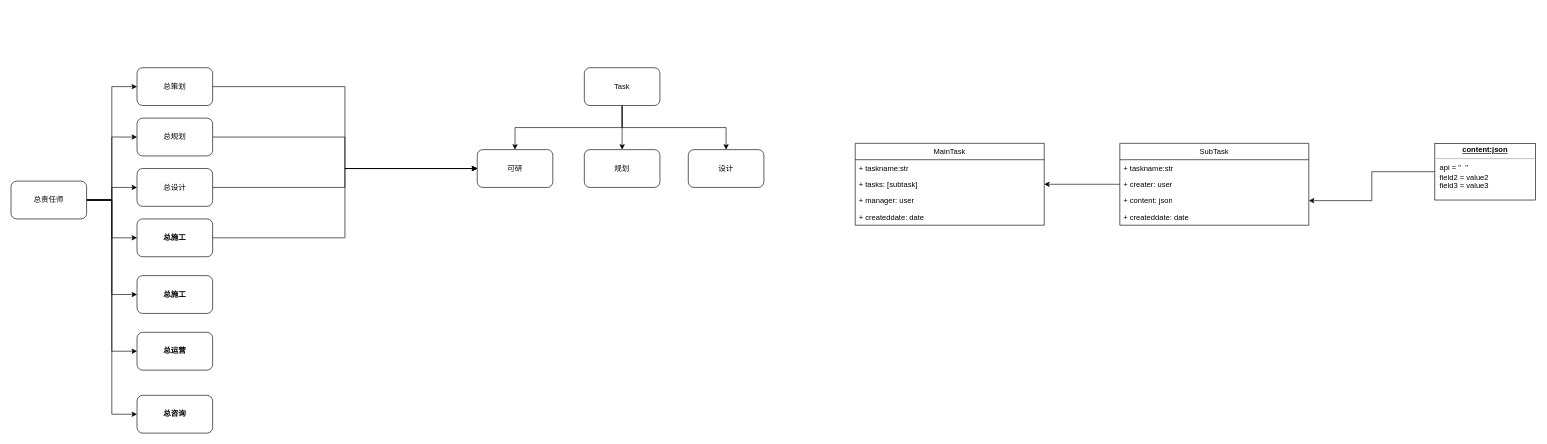
The draw.io diagram 总师系统_UserRelationShape.drawio in gaochaowyq/MinderGraph, before the edit. Source tidied: cells renumbered, new cells numbered last; positions are measured from the earlier drawing's top-left corner, leaving out a move shared by most shapes. Both pictures are drawn from the tidied source at 63%, with x=0, y=0 at pixel (11, 67).
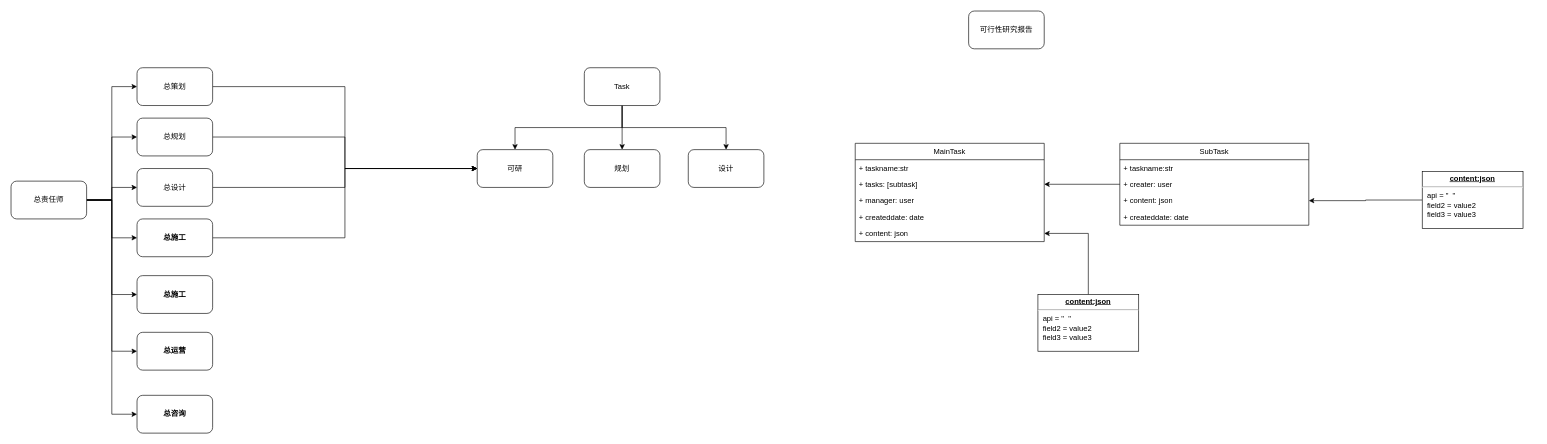
The same page after the edit.

What changed in the source:
```diff
@@
     <mxCell id="28" value="MainTask" style="swimlane;fontStyle=0;horizontal=1;startSize=26;fillColor=none;whiteSpace=wrap;html=1;" parent="1" vertex="1">
-      <mxGeometry x="1340" y="120" width="300" height="130" as="geometry" />
+      <mxGeometry x="1340" y="120" width="300" height="156" as="geometry" />
     </mxCell>
@@
+    <mxCell id="41" value="+ content: json" style="text;strokeColor=none;fillColor=none;align=left;verticalAlign=top;spacingLeft=4;spacingRight=4;overflow=hidden;points=[[0,0.5],[1,0.5]];portConstraint=eastwest;whiteSpace=wrap;html=1;" parent="28" vertex="1">
+      <mxGeometry y="130" width="300" height="26" as="geometry" />
+    </mxCell>
@@
     <mxCell id="40" value="&lt;p style=&quot;margin:0px;margin-top:4px;text-align:center;text-decoration:underline;&quot;&gt;&lt;b&gt;content:json&lt;/b&gt;&lt;/p&gt;&lt;hr&gt;&lt;p style=&quot;margin:0px;margin-left:8px;&quot;&gt;api = &quot;&amp;nbsp; &quot;&lt;br&gt;field2 = value2&lt;br&gt;field3 = value3&lt;/p&gt;" style="verticalAlign=top;align=left;overflow=fill;fontSize=12;fontFamily=Helvetica;html=1;whiteSpace=wrap;" parent="1" vertex="1">
-      <mxGeometry x="2260" y="120" width="160" height="90" as="geometry" />
+      <mxGeometry x="2240" y="165" width="160" height="90" as="geometry" />
     </mxCell>
+    <mxCell id="42" style="edgeStyle=orthogonalEdgeStyle;rounded=0;jettySize=auto;html=1;" parent="1" edge="1" source="43" target="41">
+      <mxGeometry relative="1" as="geometry" />
+    </mxCell>
+    <mxCell id="43" value="&lt;p style=&quot;margin:0px;margin-top:4px;text-align:center;text-decoration:underline;&quot;&gt;&lt;b&gt;content:json&lt;/b&gt;&lt;/p&gt;&lt;hr&gt;&lt;p style=&quot;margin:0px;margin-left:8px;&quot;&gt;api = &quot;&amp;nbsp; &quot;&lt;br&gt;field2 = value2&lt;br&gt;field3 = value3&lt;/p&gt;" style="verticalAlign=top;align=left;overflow=fill;fontSize=12;fontFamily=Helvetica;html=1;whiteSpace=wrap;" parent="1" vertex="1">
+      <mxGeometry x="1630" y="360" width="160" height="90" as="geometry" />
+    </mxCell>
+    <mxCell id="44" value="可行性研究报告" style="rounded=1;whiteSpace=wrap;html=1;" parent="1" vertex="1">
+      <mxGeometry x="1520" y="-90" width="120" height="60" as="geometry" />
+    </mxCell>
```
